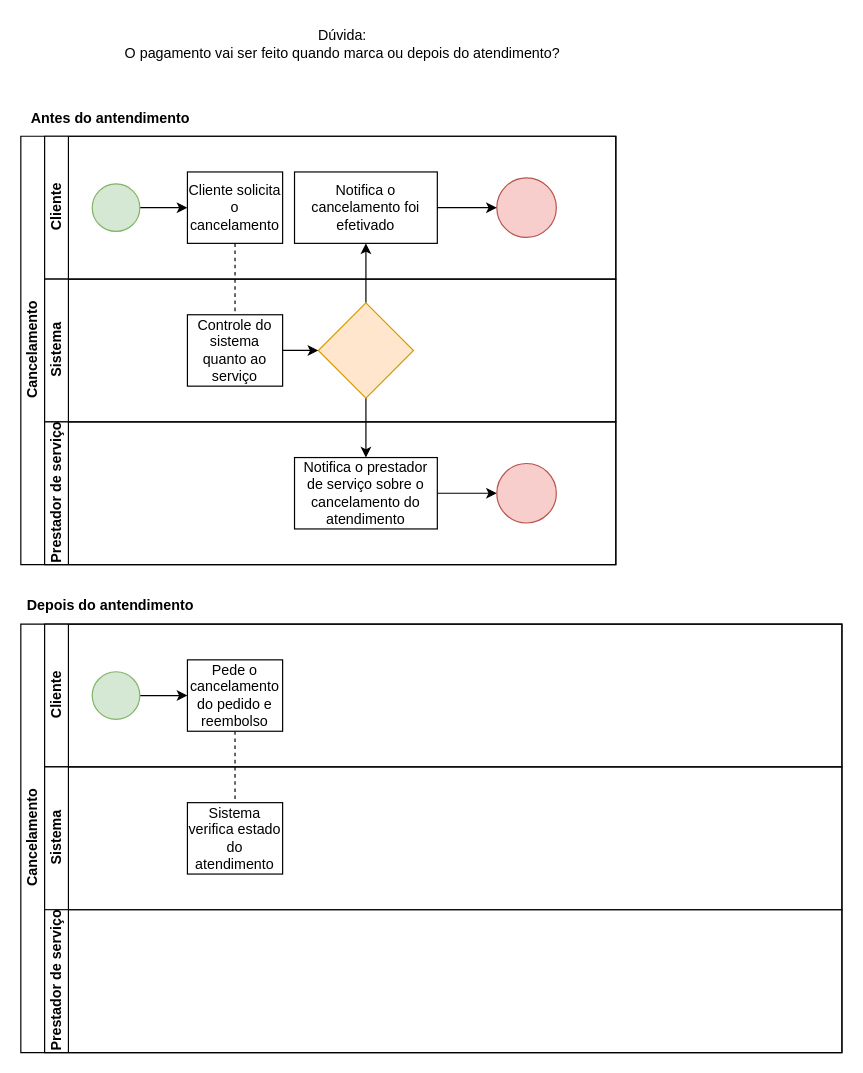
The draw.io diagram Cancelamento.drawio in wholocked1/projeto_eng_software_041, before the edit. Source tidied: cells renumbered, new cells numbered last; positions are measured from the earlier drawing's top-left corner, leaving out a move shared by most shapes. Both pictures are drawn from the tidied source at 119%, with x=0, y=0 at pixel (20, 20).
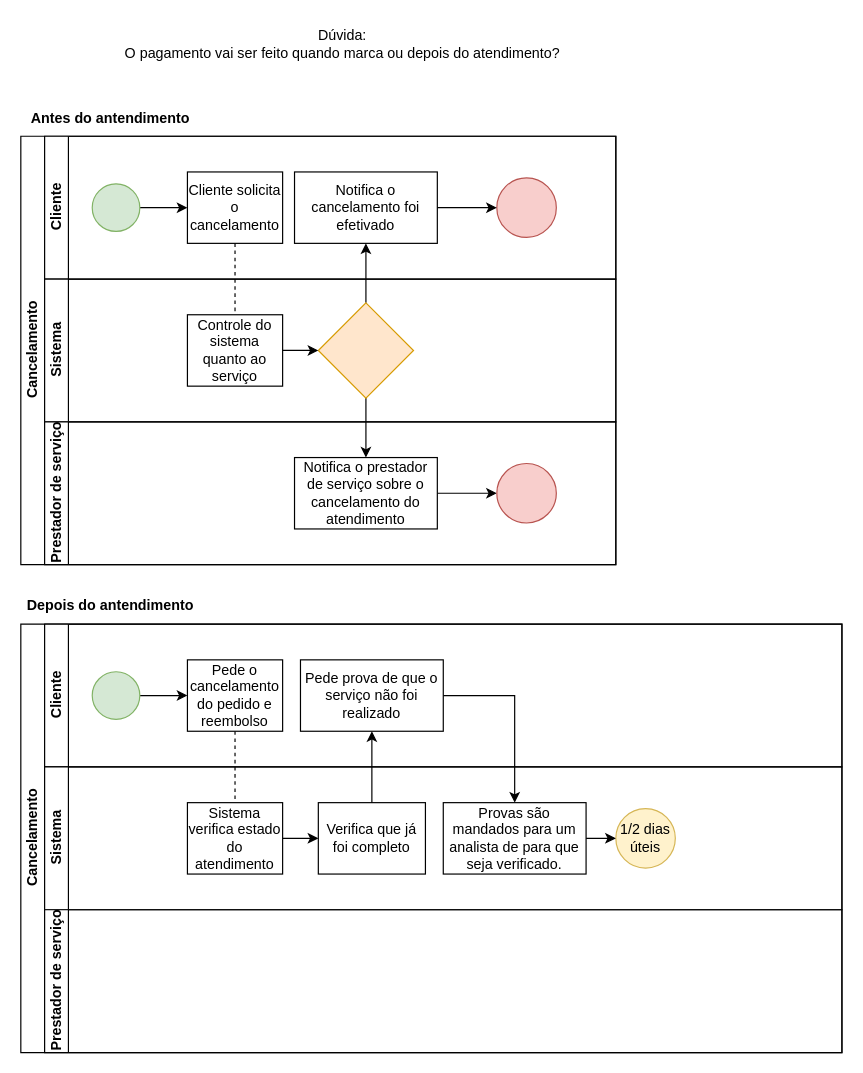
Above is the later version.

Unchanged cells that the change refers to:
```xml
<mxCell id="17" value="Cancelamento" style="swimlane;html=1;horizontal=0;startSize=20;" parent="1" vertex="1">
  <mxGeometry y="507" width="690" height="360" as="geometry" />
</mxCell>
<mxCell id="19" value="Cliente" style="swimlane;html=1;startSize=20;horizontal=0;" parent="17" vertex="1">
  <mxGeometry x="20" width="670" height="120" as="geometry" />
</mxCell>
<mxCell id="23" value="Sistema" style="swimlane;html=1;startSize=20;horizontal=0;" parent="17" vertex="1">
  <mxGeometry x="20" y="120" width="670" height="120" as="geometry" />
</mxCell>
<mxCell id="24" value="Sistema verifica estado do atendimento" style="rounded=0;whiteSpace=wrap;html=1;fontFamily=Helvetica;fontSize=12;fontColor=#000000;align=center;" parent="23" vertex="1">
  <mxGeometry x="120" y="30" width="80" height="60" as="geometry" />
</mxCell>
```

The edit, as a diff of the source:
```diff
@@
+    <mxCell id="33" value="Pede prova de que o serviço não foi realizado" style="rounded=0;whiteSpace=wrap;html=1;" parent="19" vertex="1">
+      <mxGeometry x="215" y="30" width="120" height="60" as="geometry" />
+    </mxCell>
@@
+    <mxCell id="34" value="Verifica que já foi completo" style="rounded=0;whiteSpace=wrap;html=1;" parent="23" vertex="1">
+      <mxGeometry x="230" y="30" width="90" height="60" as="geometry" />
+    </mxCell>
+    <mxCell id="35" style="edgeStyle=orthogonalEdgeStyle;rounded=0;jettySize=auto;html=1;exitX=1;exitY=0.5;exitDx=0;exitDy=0;" parent="23" edge="1" source="24" target="34">
+      <mxGeometry relative="1" as="geometry" />
+    </mxCell>
+    <mxCell id="36" value="Provas são mandados para um analista de para que seja verificado." style="rounded=0;whiteSpace=wrap;html=1;" parent="23" vertex="1">
+      <mxGeometry x="335" y="30" width="120" height="60" as="geometry" />
+    </mxCell>
+    <mxCell id="37" value="1/2 dias úteis" style="ellipse;whiteSpace=wrap;html=1;fillColor=#fff2cc;strokeColor=#d6b656;" parent="23" vertex="1">
+      <mxGeometry x="480" y="35" width="50" height="50" as="geometry" />
+    </mxCell>
+    <mxCell id="38" style="edgeStyle=orthogonalEdgeStyle;rounded=0;jettySize=auto;html=1;exitX=1;exitY=0.5;exitDx=0;exitDy=0;" parent="23" edge="1" source="36" target="37">
+      <mxGeometry relative="1" as="geometry" />
+    </mxCell>
@@
+    <mxCell id="39" style="edgeStyle=orthogonalEdgeStyle;rounded=0;jettySize=auto;html=1;exitX=0.5;exitY=0;exitDx=0;exitDy=0;" parent="17" edge="1" source="34" target="33">
+      <mxGeometry relative="1" as="geometry" />
+    </mxCell>
+    <mxCell id="40" style="edgeStyle=orthogonalEdgeStyle;rounded=0;jettySize=auto;html=1;exitX=1;exitY=0.5;exitDx=0;exitDy=0;" parent="17" edge="1" source="33" target="36">
+      <mxGeometry relative="1" as="geometry" />
+    </mxCell>
```
